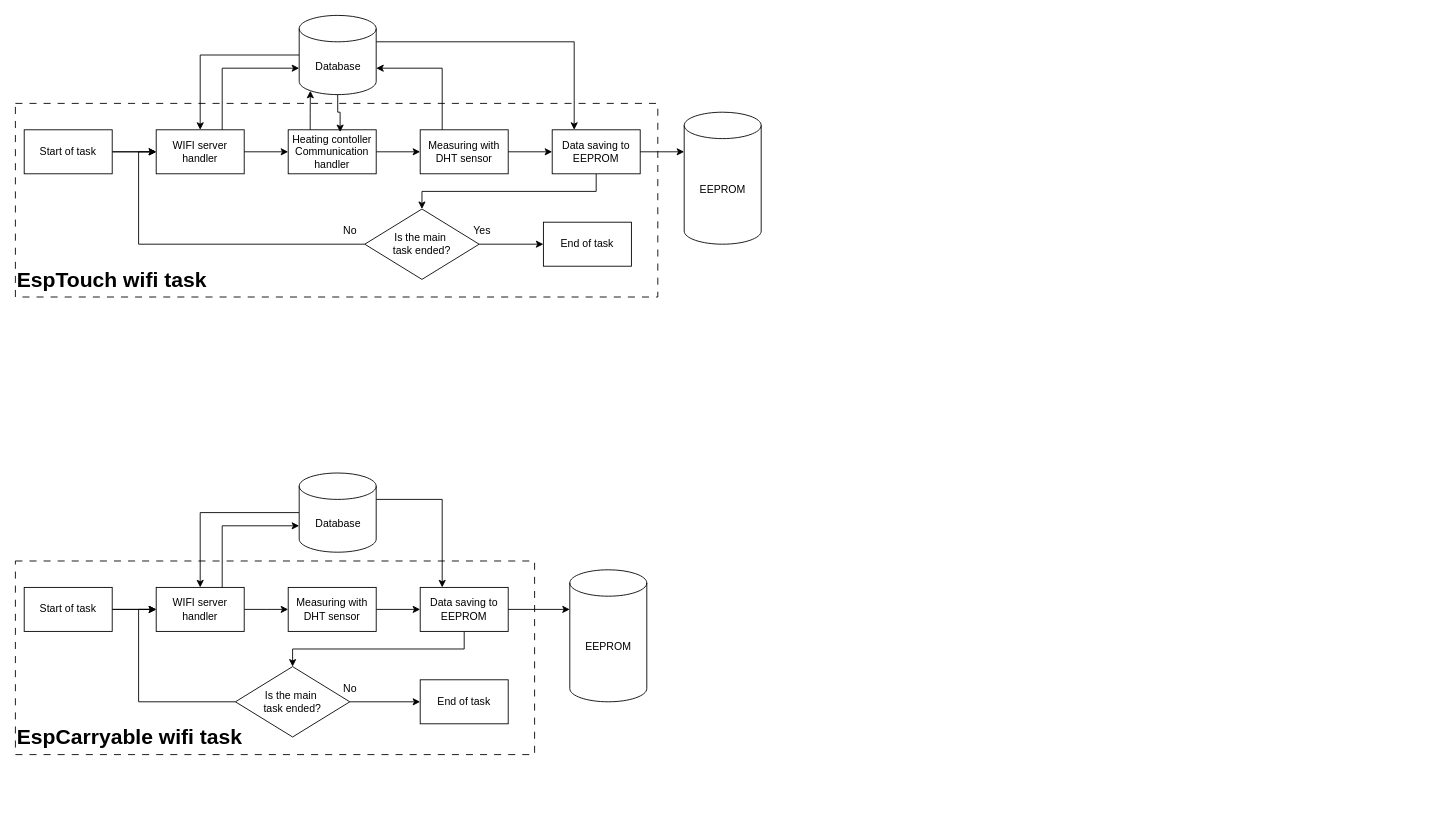
The draw.io diagram page "wifi task" (10 of 13) of ESP devices buildup.drawio in LBroKerR/ESP32_Thermostats, before the edit. Source tidied: cells renumbered, new cells numbered last; positions are measured from the earlier drawing's top-left corner, leaving out a move shared by most shapes. Both pictures are drawn from the tidied source at 88%, with x=0, y=0 at pixel (15, 15).
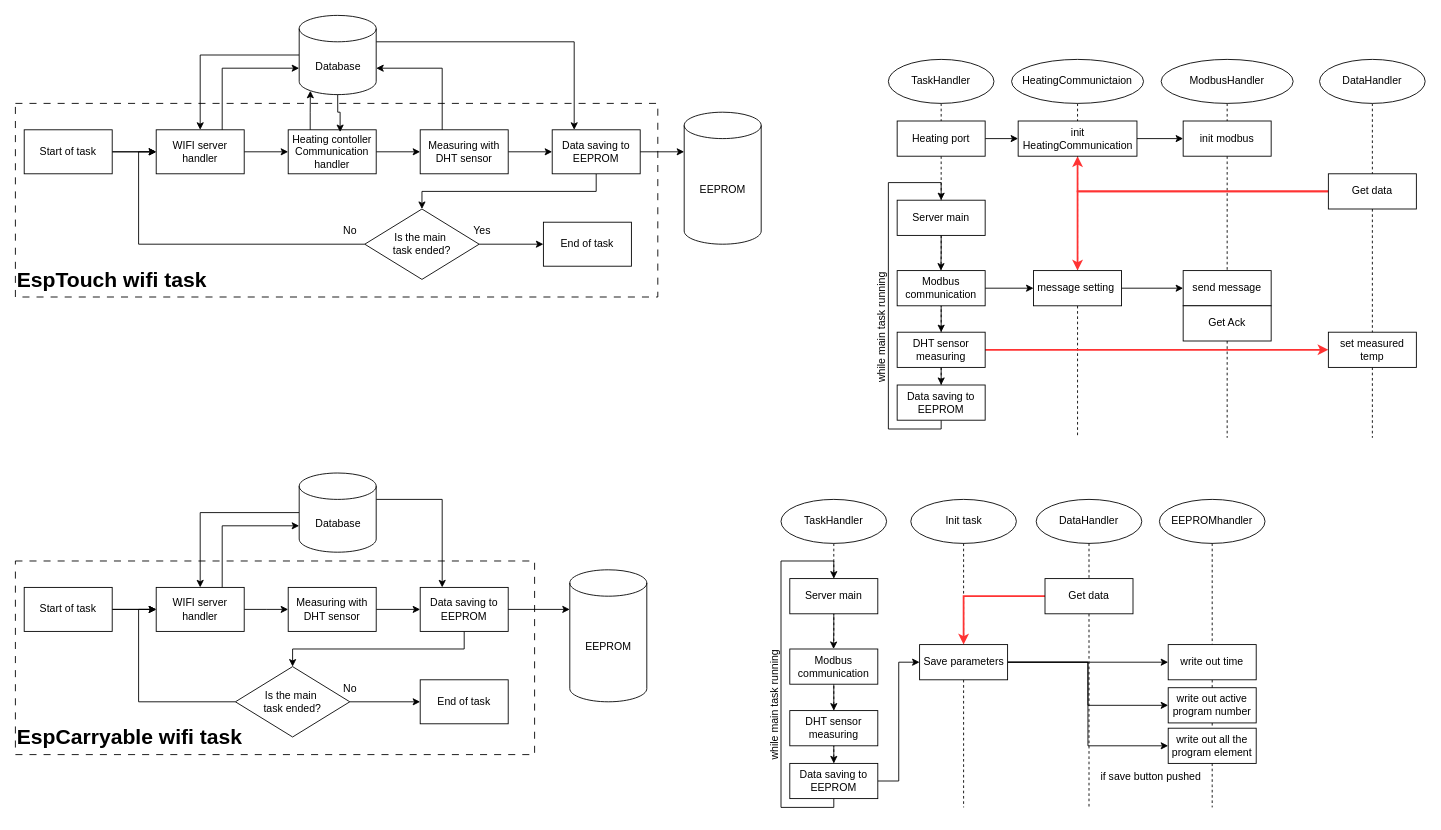
The same diagram, later.

What changed in the source:
```diff
@@
+    <mxCell id="53" style="edgeStyle=orthogonalEdgeStyle;rounded=0;jettySize=auto;html=1;exitX=0.5;exitY=1;exitDx=0;exitDy=0;endArrow=none;endFill=0;dashed=1;" parent="1" edge="1" source="55" target="96">
+      <mxGeometry relative="1" as="geometry" />
+    </mxCell>
@@
+    <mxCell id="54" style="edgeStyle=orthogonalEdgeStyle;rounded=0;jettySize=auto;html=1;exitX=0.5;exitY=1;exitDx=0;exitDy=0;endArrow=none;endFill=0;dashed=1;" parent="1" edge="1" source="96">
+      <mxGeometry relative="1" as="geometry">
+        <mxPoint x="1207" y="480" as="targetPoint" />
+      </mxGeometry>
+    </mxCell>
+    <mxCell id="55" value="HeatingCommunictaion" style="ellipse;whiteSpace=wrap;html=1;" parent="1" vertex="1">
+      <mxGeometry x="1132" y="50" width="150" height="50" as="geometry" />
+    </mxCell>
+    <mxCell id="56" style="edgeStyle=orthogonalEdgeStyle;rounded=0;jettySize=auto;html=1;exitX=0.5;exitY=1;exitDx=0;exitDy=0;endArrow=none;endFill=0;dashed=1;" parent="1" edge="1" source="57">
+      <mxGeometry relative="1" as="geometry">
+        <mxPoint x="1377" y="480" as="targetPoint" />
+      </mxGeometry>
+    </mxCell>
+    <mxCell id="57" value="ModbusHandler" style="ellipse;whiteSpace=wrap;html=1;" parent="1" vertex="1">
+      <mxGeometry x="1302" y="50" width="150" height="50" as="geometry" />
+    </mxCell>
+    <mxCell id="58" style="edgeStyle=orthogonalEdgeStyle;rounded=0;jettySize=auto;html=1;exitX=0.5;exitY=1;exitDx=0;exitDy=0;endArrow=none;endFill=0;dashed=1;" parent="1" edge="1" source="105">
+      <mxGeometry relative="1" as="geometry">
+        <mxPoint x="1077.5" y="900" as="targetPoint" />
+      </mxGeometry>
+    </mxCell>
+    <mxCell id="59" value="Init task" style="ellipse;whiteSpace=wrap;html=1;" parent="1" vertex="1">
+      <mxGeometry x="1017.5" y="550" width="120" height="50" as="geometry" />
+    </mxCell>
+    <mxCell id="60" style="edgeStyle=orthogonalEdgeStyle;rounded=0;jettySize=auto;html=1;exitX=0.5;exitY=1;exitDx=0;exitDy=0;endArrow=none;endFill=0;dashed=1;" parent="1" edge="1" source="108">
+      <mxGeometry relative="1" as="geometry">
+        <mxPoint x="1220" y="900" as="targetPoint" />
+      </mxGeometry>
+    </mxCell>
+    <mxCell id="61" value="DataHandler" style="ellipse;whiteSpace=wrap;html=1;" parent="1" vertex="1">
+      <mxGeometry x="1160" y="550" width="120" height="50" as="geometry" />
+    </mxCell>
+    <mxCell id="62" value="EEPROMhandler" style="ellipse;whiteSpace=wrap;html=1;" parent="1" vertex="1">
+      <mxGeometry x="1300" y="550" width="120" height="50" as="geometry" />
+    </mxCell>
+    <mxCell id="63" style="edgeStyle=orthogonalEdgeStyle;rounded=0;jettySize=auto;html=1;exitX=0.5;exitY=1;exitDx=0;exitDy=0;endArrow=none;endFill=0;dashed=1;entryX=0.5;entryY=0;entryDx=0;entryDy=0;" parent="1" edge="1" source="64" target="74">
+      <mxGeometry relative="1" as="geometry" />
+    </mxCell>
+    <mxCell id="64" value="TaskHandler" style="ellipse;whiteSpace=wrap;html=1;" parent="1" vertex="1">
+      <mxGeometry x="992" y="50" width="120" height="50" as="geometry" />
+    </mxCell>
+    <mxCell id="65" style="edgeStyle=orthogonalEdgeStyle;rounded=0;jettySize=auto;html=1;exitX=0.5;exitY=1;exitDx=0;exitDy=0;" parent="1" edge="1" source="66">
+      <mxGeometry relative="1" as="geometry">
+        <mxPoint x="1051.7" y="290" as="targetPoint" />
+      </mxGeometry>
+    </mxCell>
+    <mxCell id="66" value="Server main" style="rounded=0;whiteSpace=wrap;html=1;" parent="1" vertex="1">
+      <mxGeometry x="1002" y="210" width="100" height="40" as="geometry" />
+    </mxCell>
+    <mxCell id="67" style="edgeStyle=orthogonalEdgeStyle;rounded=0;jettySize=auto;html=1;exitX=0.5;exitY=1;exitDx=0;exitDy=0;entryX=0.5;entryY=0;entryDx=0;entryDy=0;" parent="1" edge="1" source="69" target="72">
+      <mxGeometry relative="1" as="geometry" />
+    </mxCell>
+    <mxCell id="68" style="edgeStyle=orthogonalEdgeStyle;rounded=0;jettySize=auto;html=1;exitX=1;exitY=0.5;exitDx=0;exitDy=0;" parent="1" edge="1" source="69" target="96">
+      <mxGeometry relative="1" as="geometry" />
+    </mxCell>
+    <mxCell id="69" value="Modbus communication" style="rounded=0;whiteSpace=wrap;html=1;" parent="1" vertex="1">
+      <mxGeometry x="1002" y="290" width="100" height="40" as="geometry" />
+    </mxCell>
+    <mxCell id="70" style="edgeStyle=orthogonalEdgeStyle;rounded=0;jettySize=auto;html=1;exitX=0.5;exitY=1;exitDx=0;exitDy=0;entryX=0.5;entryY=0;entryDx=0;entryDy=0;" parent="1" edge="1" source="72" target="74">
+      <mxGeometry relative="1" as="geometry" />
+    </mxCell>
+    <mxCell id="71" style="edgeStyle=orthogonalEdgeStyle;rounded=0;jettySize=auto;html=1;exitX=1;exitY=0.5;exitDx=0;exitDy=0;entryX=0;entryY=0.5;entryDx=0;entryDy=0;strokeWidth=2;strokeColor=#FF3333;" parent="1" edge="1" source="72" target="100">
+      <mxGeometry relative="1" as="geometry" />
+    </mxCell>
+    <mxCell id="72" value="DHT sensor measuring" style="rounded=0;whiteSpace=wrap;html=1;" parent="1" vertex="1">
+      <mxGeometry x="1002" y="360" width="100" height="40" as="geometry" />
+    </mxCell>
+    <mxCell id="73" style="edgeStyle=orthogonalEdgeStyle;rounded=0;jettySize=auto;html=1;exitX=0.5;exitY=1;exitDx=0;exitDy=0;entryX=0.5;entryY=0;entryDx=0;entryDy=0;" parent="1" edge="1" source="74" target="66">
+      <mxGeometry relative="1" as="geometry">
+        <Array as="points">
+          <mxPoint x="1052" y="470" />
+          <mxPoint x="992" y="470" />
+          <mxPoint x="992" y="190" />
+          <mxPoint x="1052" y="190" />
+        </Array>
+      </mxGeometry>
+    </mxCell>
+    <mxCell id="74" value="Data saving to EEPROM" style="rounded=0;whiteSpace=wrap;html=1;" parent="1" vertex="1">
+      <mxGeometry x="1002" y="420" width="100" height="40" as="geometry" />
+    </mxCell>
+    <mxCell id="75" style="edgeStyle=orthogonalEdgeStyle;rounded=0;jettySize=auto;html=1;exitX=0.5;exitY=1;exitDx=0;exitDy=0;endArrow=none;endFill=0;dashed=1;entryX=0.5;entryY=0;entryDx=0;entryDy=0;" parent="1" edge="1" source="76" target="85">
+      <mxGeometry relative="1" as="geometry" />
+    </mxCell>
+    <mxCell id="76" value="TaskHandler" style="ellipse;whiteSpace=wrap;html=1;" parent="1" vertex="1">
+      <mxGeometry x="870" y="550" width="120" height="50" as="geometry" />
+    </mxCell>
+    <mxCell id="77" style="edgeStyle=orthogonalEdgeStyle;rounded=0;jettySize=auto;html=1;exitX=0.5;exitY=1;exitDx=0;exitDy=0;" parent="1" edge="1" source="78">
+      <mxGeometry relative="1" as="geometry">
+        <mxPoint x="929.7" y="720" as="targetPoint" />
+      </mxGeometry>
+    </mxCell>
+    <mxCell id="78" value="Server main" style="rounded=0;whiteSpace=wrap;html=1;" parent="1" vertex="1">
+      <mxGeometry x="880" y="640" width="100" height="40" as="geometry" />
+    </mxCell>
+    <mxCell id="79" style="edgeStyle=orthogonalEdgeStyle;rounded=0;jettySize=auto;html=1;exitX=0.5;exitY=1;exitDx=0;exitDy=0;entryX=0.5;entryY=0;entryDx=0;entryDy=0;" parent="1" edge="1" source="80" target="82">
+      <mxGeometry relative="1" as="geometry" />
+    </mxCell>
+    <mxCell id="80" value="Modbus communication" style="rounded=0;whiteSpace=wrap;html=1;" parent="1" vertex="1">
+      <mxGeometry x="880" y="720" width="100" height="40" as="geometry" />
+    </mxCell>
+    <mxCell id="81" style="edgeStyle=orthogonalEdgeStyle;rounded=0;jettySize=auto;html=1;exitX=0.5;exitY=1;exitDx=0;exitDy=0;entryX=0.5;entryY=0;entryDx=0;entryDy=0;" parent="1" edge="1" source="82" target="85">
+      <mxGeometry relative="1" as="geometry" />
+    </mxCell>
+    <mxCell id="82" value="DHT sensor measuring" style="rounded=0;whiteSpace=wrap;html=1;" parent="1" vertex="1">
+      <mxGeometry x="880" y="790" width="100" height="40" as="geometry" />
+    </mxCell>
+    <mxCell id="83" style="edgeStyle=orthogonalEdgeStyle;rounded=0;jettySize=auto;html=1;exitX=0.5;exitY=1;exitDx=0;exitDy=0;entryX=0.5;entryY=0;entryDx=0;entryDy=0;" parent="1" edge="1" source="85" target="78">
+      <mxGeometry relative="1" as="geometry">
+        <Array as="points">
+          <mxPoint x="930" y="900" />
+          <mxPoint x="870" y="900" />
+          <mxPoint x="870" y="620" />
+          <mxPoint x="930" y="620" />
+        </Array>
+      </mxGeometry>
+    </mxCell>
+    <mxCell id="84" style="edgeStyle=orthogonalEdgeStyle;rounded=0;jettySize=auto;html=1;exitX=1;exitY=0.5;exitDx=0;exitDy=0;entryX=0;entryY=0.5;entryDx=0;entryDy=0;" parent="1" edge="1" source="85" target="105">
+      <mxGeometry relative="1" as="geometry" />
+    </mxCell>
+    <mxCell id="85" value="Data saving to EEPROM" style="rounded=0;whiteSpace=wrap;html=1;" parent="1" vertex="1">
+      <mxGeometry x="880" y="850" width="100" height="40" as="geometry" />
+    </mxCell>
+    <mxCell id="86" style="edgeStyle=orthogonalEdgeStyle;rounded=0;jettySize=auto;html=1;exitX=1;exitY=0.5;exitDx=0;exitDy=0;entryX=0;entryY=0.5;entryDx=0;entryDy=0;" parent="1" edge="1" source="87" target="99">
+      <mxGeometry relative="1" as="geometry" />
+    </mxCell>
+    <mxCell id="87" value="Heating port" style="rounded=0;whiteSpace=wrap;html=1;" parent="1" vertex="1">
+      <mxGeometry x="1002" y="120" width="100" height="40" as="geometry" />
+    </mxCell>
+    <mxCell id="88" style="edgeStyle=orthogonalEdgeStyle;rounded=0;jettySize=auto;html=1;exitX=1;exitY=0.5;exitDx=0;exitDy=0;entryX=0;entryY=0.5;entryDx=0;entryDy=0;" parent="1" edge="1" source="99" target="89">
+      <mxGeometry relative="1" as="geometry" />
+    </mxCell>
+    <mxCell id="89" value="init modbus" style="rounded=0;whiteSpace=wrap;html=1;" parent="1" vertex="1">
+      <mxGeometry x="1327" y="120" width="100" height="40" as="geometry" />
+    </mxCell>
+    <mxCell id="90" style="edgeStyle=orthogonalEdgeStyle;rounded=0;jettySize=auto;html=1;exitX=0.5;exitY=1;exitDx=0;exitDy=0;endArrow=none;endFill=0;dashed=1;" parent="1" edge="1" source="91">
+      <mxGeometry relative="1" as="geometry">
+        <mxPoint x="1542" y="480" as="targetPoint" />
+      </mxGeometry>
+    </mxCell>
+    <mxCell id="91" value="DataHandler" style="ellipse;whiteSpace=wrap;html=1;" parent="1" vertex="1">
+      <mxGeometry x="1482" y="50" width="120" height="50" as="geometry" />
+    </mxCell>
+    <mxCell id="92" style="edgeStyle=orthogonalEdgeStyle;rounded=0;jettySize=auto;html=1;exitX=0;exitY=0.5;exitDx=0;exitDy=0;entryX=0.5;entryY=1;entryDx=0;entryDy=0;strokeWidth=2;strokeColor=#FF3333;" parent="1" edge="1" source="94" target="99">
+      <mxGeometry relative="1" as="geometry" />
+    </mxCell>
+    <mxCell id="93" style="edgeStyle=orthogonalEdgeStyle;rounded=0;jettySize=auto;html=1;exitX=0;exitY=0.5;exitDx=0;exitDy=0;entryX=0.5;entryY=0;entryDx=0;entryDy=0;strokeWidth=2;strokeColor=#FF3333;" parent="1" edge="1" source="94" target="96">
+      <mxGeometry relative="1" as="geometry" />
+    </mxCell>
+    <mxCell id="94" value="Get data" style="rounded=0;whiteSpace=wrap;html=1;" parent="1" vertex="1">
+      <mxGeometry x="1492" y="180" width="100" height="40" as="geometry" />
+    </mxCell>
+    <mxCell id="95" style="edgeStyle=orthogonalEdgeStyle;rounded=0;jettySize=auto;html=1;exitX=1;exitY=0.5;exitDx=0;exitDy=0;entryX=0;entryY=0.5;entryDx=0;entryDy=0;" parent="1" edge="1" source="96" target="97">
+      <mxGeometry relative="1" as="geometry" />
+    </mxCell>
+    <mxCell id="96" value="message setting&amp;nbsp;" style="rounded=0;whiteSpace=wrap;html=1;" parent="1" vertex="1">
+      <mxGeometry x="1157" y="290" width="100" height="40" as="geometry" />
+    </mxCell>
+    <mxCell id="97" value="send message" style="rounded=0;whiteSpace=wrap;html=1;" parent="1" vertex="1">
+      <mxGeometry x="1327" y="290" width="100" height="40" as="geometry" />
+    </mxCell>
+    <mxCell id="98" value="Get Ack" style="rounded=0;whiteSpace=wrap;html=1;" parent="1" vertex="1">
+      <mxGeometry x="1327" y="330" width="100" height="40" as="geometry" />
+    </mxCell>
+    <mxCell id="99" value="init HeatingCommunication" style="rounded=0;whiteSpace=wrap;html=1;" parent="1" vertex="1">
+      <mxGeometry x="1139.5" y="120" width="135" height="40" as="geometry" />
+    </mxCell>
+    <mxCell id="100" value="set measured temp" style="rounded=0;whiteSpace=wrap;html=1;" parent="1" vertex="1">
+      <mxGeometry x="1492" y="360" width="100" height="40" as="geometry" />
+    </mxCell>
+    <mxCell id="101" style="edgeStyle=orthogonalEdgeStyle;rounded=0;jettySize=auto;html=1;exitX=0.5;exitY=1;exitDx=0;exitDy=0;endArrow=none;endFill=0;dashed=1;" parent="1" edge="1" source="59" target="105">
+      <mxGeometry relative="1" as="geometry" />
+    </mxCell>
+    <mxCell id="102" style="edgeStyle=orthogonalEdgeStyle;rounded=0;jettySize=auto;html=1;exitX=1;exitY=0.5;exitDx=0;exitDy=0;" parent="1" edge="1" source="105" target="116">
+      <mxGeometry relative="1" as="geometry" />
+    </mxCell>
+    <mxCell id="103" style="edgeStyle=orthogonalEdgeStyle;rounded=0;jettySize=auto;html=1;exitX=1;exitY=0.5;exitDx=0;exitDy=0;entryX=0;entryY=0.5;entryDx=0;entryDy=0;" parent="1" edge="1" source="105" target="113">
+      <mxGeometry relative="1" as="geometry" />
+    </mxCell>
+    <mxCell id="104" style="edgeStyle=orthogonalEdgeStyle;rounded=0;jettySize=auto;html=1;exitX=1;exitY=0.5;exitDx=0;exitDy=0;entryX=0;entryY=0.5;entryDx=0;entryDy=0;" parent="1" edge="1" source="105" target="118">
+      <mxGeometry relative="1" as="geometry" />
+    </mxCell>
+    <mxCell id="105" value="Save parameters" style="rounded=0;whiteSpace=wrap;html=1;" parent="1" vertex="1">
+      <mxGeometry x="1027.5" y="715" width="100" height="40" as="geometry" />
+    </mxCell>
+    <mxCell id="106" style="edgeStyle=orthogonalEdgeStyle;rounded=0;jettySize=auto;html=1;exitX=0.5;exitY=1;exitDx=0;exitDy=0;endArrow=none;endFill=0;dashed=1;" parent="1" edge="1" source="61" target="108">
+      <mxGeometry relative="1" as="geometry" />
+    </mxCell>
+    <mxCell id="107" style="edgeStyle=orthogonalEdgeStyle;rounded=0;jettySize=auto;html=1;exitX=0;exitY=0.5;exitDx=0;exitDy=0;entryX=0.5;entryY=0;entryDx=0;entryDy=0;strokeWidth=2;strokeColor=#FF3333;" parent="1" edge="1" source="108" target="105">
+      <mxGeometry relative="1" as="geometry" />
+    </mxCell>
+    <mxCell id="108" value="Get data" style="rounded=0;whiteSpace=wrap;html=1;" parent="1" vertex="1">
+      <mxGeometry x="1170" y="640" width="100" height="40" as="geometry" />
+    </mxCell>
+    <mxCell id="109" style="edgeStyle=orthogonalEdgeStyle;rounded=0;jettySize=auto;html=1;exitX=0.5;exitY=1;exitDx=0;exitDy=0;endArrow=none;endFill=0;dashed=1;" parent="1" edge="1" source="62" target="116">
+      <mxGeometry relative="1" as="geometry" />
+    </mxCell>
+    <mxCell id="110" value="while main task running" style="text;html=1;align=center;verticalAlign=middle;strokeColor=none;fillColor=none;rotation=-90;" parent="1" vertex="1">
+      <mxGeometry x="910" y="340" width="150" height="30" as="geometry" />
+    </mxCell>
+    <mxCell id="111" value="while main task running" style="text;html=1;align=center;verticalAlign=middle;strokeColor=none;fillColor=none;rotation=-90;" parent="1" vertex="1">
+      <mxGeometry x="788" y="769" width="150" height="30" as="geometry" />
+    </mxCell>
+    <mxCell id="112" style="edgeStyle=orthogonalEdgeStyle;rounded=0;jettySize=auto;html=1;exitX=0.5;exitY=1;exitDx=0;exitDy=0;entryX=0.5;entryY=0;entryDx=0;entryDy=0;endArrow=none;endFill=0;dashed=1;" parent="1" edge="1" source="113" target="118">
+      <mxGeometry relative="1" as="geometry" />
+    </mxCell>
+    <mxCell id="113" value="write out active program number" style="rounded=0;whiteSpace=wrap;html=1;" parent="1" vertex="1">
+      <mxGeometry x="1310" y="764" width="100" height="40" as="geometry" />
+    </mxCell>
+    <mxCell id="114" value="if save button pushed" style="text;html=1;align=center;verticalAlign=middle;strokeColor=none;fillColor=none;" parent="1" vertex="1">
+      <mxGeometry x="1220" y="850" width="140" height="30" as="geometry" />
+    </mxCell>
+    <mxCell id="115" style="edgeStyle=orthogonalEdgeStyle;rounded=0;jettySize=auto;html=1;exitX=0.5;exitY=1;exitDx=0;exitDy=0;entryX=0.5;entryY=0;entryDx=0;entryDy=0;endArrow=none;endFill=0;dashed=1;" parent="1" edge="1" source="116" target="113">
+      <mxGeometry relative="1" as="geometry" />
+    </mxCell>
+    <mxCell id="116" value="write out time" style="rounded=0;whiteSpace=wrap;html=1;" parent="1" vertex="1">
+      <mxGeometry x="1310" y="715" width="100" height="40" as="geometry" />
+    </mxCell>
+    <mxCell id="117" style="edgeStyle=orthogonalEdgeStyle;rounded=0;jettySize=auto;html=1;exitX=0.5;exitY=1;exitDx=0;exitDy=0;endArrow=none;endFill=0;dashed=1;" parent="1" edge="1" source="118">
+      <mxGeometry relative="1" as="geometry">
+        <mxPoint x="1360" y="900" as="targetPoint" />
+      </mxGeometry>
+    </mxCell>
+    <mxCell id="118" value="write out all the program element" style="rounded=0;whiteSpace=wrap;html=1;" parent="1" vertex="1">
+      <mxGeometry x="1310" y="810" width="100" height="40" as="geometry" />
+    </mxCell>
```
